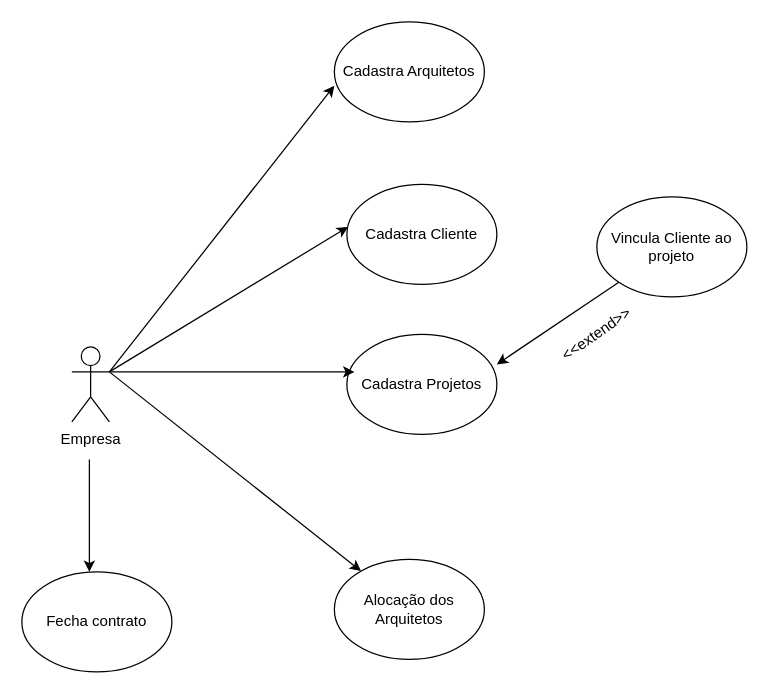
Earlier version of the draw.io diagram Untitled Diagram.drawio (EdneiFNeto/UML). Source tidied: cells renumbered, new cells numbered last; positions are measured from the earlier drawing's top-left corner, leaving out a move shared by most shapes. Both pictures are drawn from the tidied source at 125%, with x=0, y=0 at pixel (21, 21).
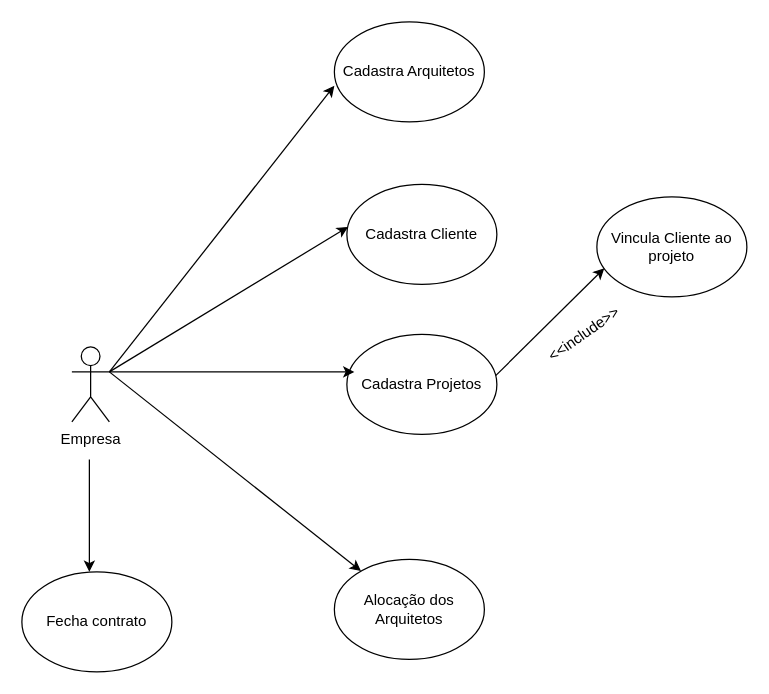
Above is the later version.

The edit, as a diff of the source:
```diff
@@
 <mxGraphModel>
   <root>
     <mxCell id="0" />
     <mxCell id="1" parent="0" />
     <mxCell id="2" value="Empresa" style="shape=umlActor;verticalLabelPosition=bottom;verticalAlign=top;html=1;outlineConnect=0;" parent="1" vertex="1">
       <mxGeometry x="40" y="260" width="30" height="60" as="geometry" />
     </mxCell>
     <mxCell id="3" value="Cadastra Arquitetos" style="ellipse;whiteSpace=wrap;html=1;" parent="1" vertex="1">
       <mxGeometry x="250" width="120" height="80" as="geometry" />
     </mxCell>
     <mxCell id="4" value="Cadastra Cliente" style="ellipse;whiteSpace=wrap;html=1;" parent="1" vertex="1">
       <mxGeometry x="260" y="130" width="120" height="80" as="geometry" />
     </mxCell>
     <mxCell id="5" style="endArrow=classic;html=1;exitX=1;exitY=0.3333333333333333;exitDx=0;exitDy=0;exitPerimeter=0;entryX=0.008;entryY=0.425;entryDx=0;entryDy=0;entryPerimeter=0;" parent="1" edge="1" source="2" target="4">
       <mxGeometry relative="1" as="geometry" />
     </mxCell>
     <mxCell id="6" value="Cadastra Projetos" style="ellipse;whiteSpace=wrap;html=1;" parent="1" vertex="1">
       <mxGeometry x="260" y="250" width="120" height="80" as="geometry" />
     </mxCell>
     <mxCell id="7" style="endArrow=classic;html=1;entryX=0.05;entryY=0.375;entryDx=0;entryDy=0;entryPerimeter=0;" parent="1" edge="1" target="6">
       <mxGeometry relative="1" as="geometry">
         <mxPoint x="70" y="280" as="sourcePoint" />
       </mxGeometry>
     </mxCell>
     <mxCell id="8" style="endArrow=classic;html=1;entryX=0;entryY=0.638;entryDx=0;entryDy=0;entryPerimeter=0;" parent="1" edge="1" target="3">
       <mxGeometry relative="1" as="geometry">
         <mxPoint x="70" y="280" as="sourcePoint" />
       </mxGeometry>
     </mxCell>
     <mxCell id="9" value="Fecha contrato" style="ellipse;whiteSpace=wrap;html=1;" parent="1" vertex="1">
       <mxGeometry y="440" width="120" height="80" as="geometry" />
     </mxCell>
     <mxCell id="10" style="endArrow=classic;html=1;entryX=0.45;entryY=0;entryDx=0;entryDy=0;entryPerimeter=0;" parent="1" edge="1" target="9">
       <mxGeometry relative="1" as="geometry">
         <mxPoint x="54" y="350" as="sourcePoint" />
       </mxGeometry>
     </mxCell>
     <mxCell id="11" value="Alocação dos Arquitetos" style="ellipse;whiteSpace=wrap;html=1;" parent="1" vertex="1">
       <mxGeometry x="250" y="430" width="120" height="80" as="geometry" />
     </mxCell>
     <mxCell id="12" style="endArrow=classic;html=1;" parent="1" edge="1" target="11">
       <mxGeometry relative="1" as="geometry">
         <mxPoint x="70" y="280" as="sourcePoint" />
       </mxGeometry>
     </mxCell>
     <mxCell id="13" value="Vincula Cliente ao projeto" style="ellipse;whiteSpace=wrap;html=1;" parent="1" vertex="1">
       <mxGeometry x="460" y="140" width="120" height="80" as="geometry" />
     </mxCell>
-    <mxCell id="14" style="endArrow=classic;html=1;entryX=1;entryY=0.3;entryDx=0;entryDy=0;entryPerimeter=0;exitX=0;exitY=1;exitDx=0;exitDy=0;" parent="1" edge="1" source="13" target="6">
+    <mxCell id="14" style="endArrow=classic;html=1;exitX=0.992;exitY=0.413;exitDx=0;exitDy=0;exitPerimeter=0;entryX=0.05;entryY=0.713;entryDx=0;entryDy=0;entryPerimeter=0;" parent="1" edge="1" source="6" target="13">
       <mxGeometry relative="1" as="geometry" />
     </mxCell>
-    <mxCell id="15" value="&amp;lt;&amp;lt;extend&amp;gt;&amp;gt;" style="text;html=1;strokeColor=none;fillColor=none;align=center;verticalAlign=middle;whiteSpace=wrap;rounded=0;rotation=-35;" parent="1" vertex="1">
-      <mxGeometry x="440" y="240" width="40" height="20" as="geometry" />
+    <mxCell id="15" value="&amp;lt;&amp;lt;include&amp;gt;&amp;gt;" style="text;html=1;strokeColor=none;fillColor=none;align=center;verticalAlign=middle;whiteSpace=wrap;rounded=0;rotation=-35;" parent="1" vertex="1">
+      <mxGeometry x="430" y="240" width="40" height="20" as="geometry" />
     </mxCell>
   </root>
 </mxGraphModel>
```
